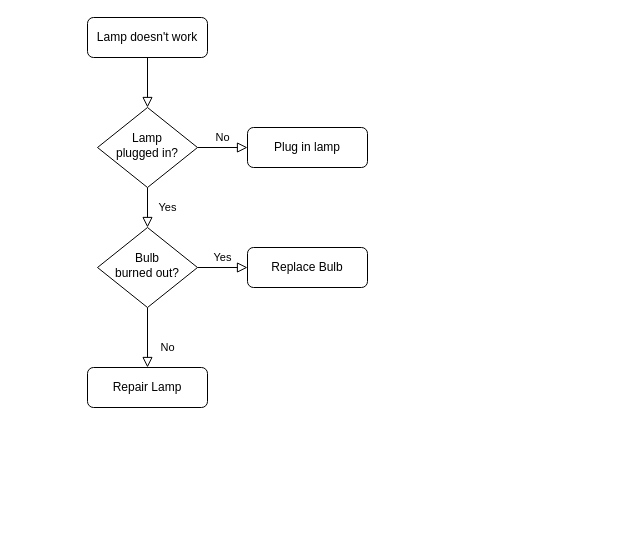
Above: src/Untitled Diagram.drawio in MoshikZiyoni/shopping-react (draw.io), before the change. Source tidied: cells renumbered, new cells numbered last; positions are measured from the earlier drawing's top-left corner, leaving out a move shared by most shapes. Both pictures are drawn from the tidied source at 100%, with x=0, y=0 at pixel (87, 17).
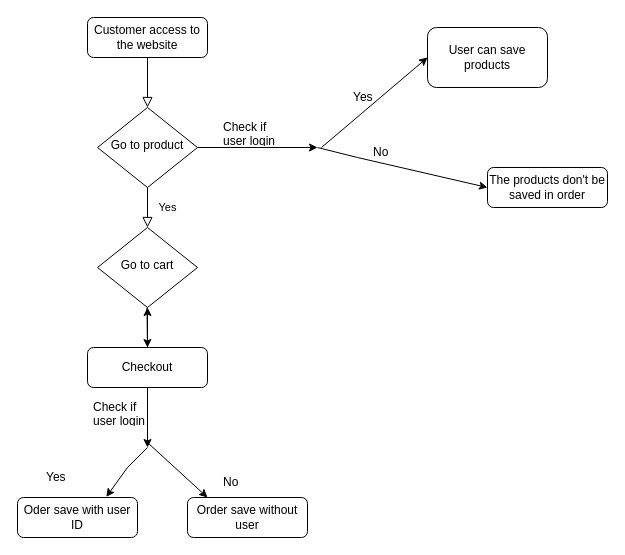
The same page after the edit.

What changed in the source:
```diff
@@
-    <mxCell id="3" value="Lamp doesn't work" style="rounded=1;whiteSpace=wrap;html=1;fontSize=12;glass=0;strokeWidth=1;shadow=0;" parent="1" vertex="1">
+    <mxCell id="3" value="Customer access to the website" style="rounded=1;whiteSpace=wrap;html=1;fontSize=12;glass=0;strokeWidth=1;shadow=0;" parent="1" vertex="1">
       <mxGeometry width="120" height="40" as="geometry" />
     </mxCell>
@@
-    <mxCell id="5" value="No" style="edgeStyle=orthogonalEdgeStyle;rounded=0;html=1;jettySize=auto;fontSize=11;endArrow=block;endFill=0;endSize=8;strokeWidth=1;shadow=0;labelBackgroundColor=none;" parent="1" edge="1" source="6" target="7">
-      <mxGeometry y="10" relative="1" as="geometry" />
-    </mxCell>
+    <mxCell id="13" style="edgeStyle=orthogonalEdgeStyle;rounded=0;jettySize=auto;html=1;exitX=1;exitY=0.5;exitDx=0;exitDy=0;" parent="1" edge="1" source="6">
+      <mxGeometry relative="1" as="geometry">
+        <mxPoint x="230" y="130" as="targetPoint" />
+      </mxGeometry>
+    </mxCell>
-    <mxCell id="6" value="Lamp&lt;br&gt;plugged in?" style="rhombus;whiteSpace=wrap;html=1;shadow=0;fontFamily=Helvetica;fontSize=12;align=center;strokeWidth=1;spacing=6;spacingTop=-4;" parent="1" vertex="1">
+    <mxCell id="6" value="Go to product" style="rhombus;whiteSpace=wrap;html=1;shadow=0;fontFamily=Helvetica;fontSize=12;align=center;strokeWidth=1;spacing=6;spacingTop=-4;" parent="1" vertex="1">
       <mxGeometry x="10" y="90" width="100" height="80" as="geometry" />
     </mxCell>
-    <mxCell id="7" value="Plug in lamp" style="rounded=1;whiteSpace=wrap;html=1;fontSize=12;glass=0;strokeWidth=1;shadow=0;" parent="1" vertex="1">
-      <mxGeometry x="160" y="110" width="120" height="40" as="geometry" />
+    <mxCell id="7" value="The products don't be saved in order" style="rounded=1;whiteSpace=wrap;html=1;fontSize=12;glass=0;strokeWidth=1;shadow=0;" parent="1" vertex="1">
+      <mxGeometry x="400" y="150" width="120" height="40" as="geometry" />
     </mxCell>
-    <mxCell id="8" value="No" style="rounded=0;html=1;jettySize=auto;fontSize=11;endArrow=block;endFill=0;endSize=8;strokeWidth=1;shadow=0;labelBackgroundColor=none;edgeStyle=orthogonalEdgeStyle;" parent="1" edge="1" source="10" target="11">
-      <mxGeometry x="0.33" y="20" relative="1" as="geometry" />
-    </mxCell>
-    <mxCell id="9" value="Yes" style="edgeStyle=orthogonalEdgeStyle;rounded=0;html=1;jettySize=auto;fontSize=11;endArrow=block;endFill=0;endSize=8;strokeWidth=1;shadow=0;labelBackgroundColor=none;" parent="1" edge="1" source="10" target="12">
-      <mxGeometry y="10" relative="1" as="geometry" />
-    </mxCell>
-    <mxCell id="10" value="Bulb&lt;br&gt;burned out?" style="rhombus;whiteSpace=wrap;html=1;shadow=0;fontFamily=Helvetica;fontSize=12;align=center;strokeWidth=1;spacing=6;spacingTop=-4;" parent="1" vertex="1">
+    <mxCell id="10" value="Go to cart" style="rhombus;whiteSpace=wrap;html=1;shadow=0;fontFamily=Helvetica;fontSize=12;align=center;strokeWidth=1;spacing=6;spacingTop=-4;" parent="1" vertex="1">
       <mxGeometry x="10" y="210" width="100" height="80" as="geometry" />
     </mxCell>
-    <mxCell id="11" value="Repair Lamp" style="rounded=1;whiteSpace=wrap;html=1;fontSize=12;glass=0;strokeWidth=1;shadow=0;" parent="1" vertex="1">
-      <mxGeometry y="350" width="120" height="40" as="geometry" />
+    <mxCell id="11" value="Oder save with user ID" style="rounded=1;whiteSpace=wrap;html=1;fontSize=12;glass=0;strokeWidth=1;shadow=0;" parent="1" vertex="1">
+      <mxGeometry x="-70" y="480" width="120" height="40" as="geometry" />
     </mxCell>
+    <mxCell id="14" style="edgeStyle=orthogonalEdgeStyle;rounded=0;jettySize=auto;html=1;" parent="1" edge="1" source="12" target="10">
+      <mxGeometry relative="1" as="geometry" />
+    </mxCell>
-    <mxCell id="12" value="Replace Bulb" style="rounded=1;whiteSpace=wrap;html=1;fontSize=12;glass=0;strokeWidth=1;shadow=0;" parent="1" vertex="1">
-      <mxGeometry x="160" y="230" width="120" height="40" as="geometry" />
+    <mxCell id="12" value="Checkout" style="rounded=1;whiteSpace=wrap;html=1;fontSize=12;glass=0;strokeWidth=1;shadow=0;" parent="1" vertex="1">
+      <mxGeometry y="330" width="120" height="40" as="geometry" />
     </mxCell>
+    <mxCell id="15" value="Check if user login" style="text;strokeColor=none;fillColor=none;align=left;verticalAlign=middle;spacingLeft=4;spacingRight=4;overflow=hidden;whiteSpace=wrap;html=1;" parent="1" vertex="1">
+      <mxGeometry x="130" y="100" width="80" height="30" as="geometry" />
+    </mxCell>
+    <mxCell id="16" style="endArrow=classic;html=1;rounded=0;" parent="1" edge="1">
+      <mxGeometry relative="1" as="geometry">
+        <mxPoint x="234" y="130" as="sourcePoint" />
+        <mxPoint x="340" y="40" as="targetPoint" />
+      </mxGeometry>
+    </mxCell>
+    <mxCell id="17" style="endArrow=classic;html=1;rounded=0;" parent="1" edge="1">
+      <mxGeometry relative="1" as="geometry">
+        <mxPoint x="230" y="130" as="sourcePoint" />
+        <mxPoint x="400" y="170" as="targetPoint" />
+        <Array as="points">
+          <mxPoint x="270" y="140" />
+        </Array>
+      </mxGeometry>
+    </mxCell>
+    <mxCell id="18" value="Yes" style="text;strokeColor=none;fillColor=none;align=left;verticalAlign=middle;spacingLeft=4;spacingRight=4;overflow=hidden;whiteSpace=wrap;html=1;" parent="1" vertex="1">
+      <mxGeometry x="260" y="60" width="74" height="40" as="geometry" />
+    </mxCell>
+    <mxCell id="19" value="No" style="text;strokeColor=none;fillColor=none;align=left;verticalAlign=middle;spacingLeft=4;spacingRight=4;overflow=hidden;whiteSpace=wrap;html=1;" parent="1" vertex="1">
+      <mxGeometry x="280" y="120" width="80" height="30" as="geometry" />
+    </mxCell>
+    <mxCell id="20" value="User can save products" style="rounded=1;whiteSpace=wrap;html=1;" parent="1" vertex="1">
+      <mxGeometry x="340" y="10" width="120" height="60" as="geometry" />
+    </mxCell>
+    <mxCell id="21" value="Check if user login" style="text;strokeColor=none;fillColor=none;align=left;verticalAlign=middle;spacingLeft=4;spacingRight=4;overflow=hidden;whiteSpace=wrap;html=1;" parent="1" vertex="1">
+      <mxGeometry y="380" width="80" height="30" as="geometry" />
+    </mxCell>
+    <mxCell id="22" style="endArrow=classic;html=1;rounded=0;" parent="1" edge="1">
+      <mxGeometry relative="1" as="geometry">
+        <mxPoint x="60" y="370" as="sourcePoint" />
+        <mxPoint x="60" y="430" as="targetPoint" />
+      </mxGeometry>
+    </mxCell>
+    <mxCell id="23" value="Order save without user" style="rounded=1;whiteSpace=wrap;html=1;" parent="1" vertex="1">
+      <mxGeometry x="100" y="480" width="120" height="40" as="geometry" />
+    </mxCell>
+    <mxCell id="24" value="No" style="text;strokeColor=none;fillColor=none;align=left;verticalAlign=middle;spacingLeft=4;spacingRight=4;overflow=hidden;whiteSpace=wrap;html=1;" parent="1" vertex="1">
+      <mxGeometry x="130" y="450" width="80" height="30" as="geometry" />
+    </mxCell>
+    <mxCell id="25" value="Yes" style="text;strokeColor=none;fillColor=none;align=left;verticalAlign=middle;spacingLeft=4;spacingRight=4;overflow=hidden;points=[[0,0.5],[1,0.5]];portConstraint=eastwest;whiteSpace=wrap;html=1;" parent="1" vertex="1">
+      <mxGeometry x="-47" y="440" width="74" height="40" as="geometry" />
+    </mxCell>
+    <mxCell id="26" style="endArrow=classic;html=1;rounded=0;" parent="1" edge="1">
+      <mxGeometry relative="1" as="geometry">
+        <mxPoint x="60" y="425" as="sourcePoint" />
+        <mxPoint x="120" y="480" as="targetPoint" />
+      </mxGeometry>
+    </mxCell>
+    <mxCell id="27" style="endArrow=classic;html=1;rounded=0;entryX=0.889;entryY=0.985;entryDx=0;entryDy=0;entryPerimeter=0;" parent="1" edge="1" target="25">
+      <mxGeometry relative="1" as="geometry">
+        <mxPoint x="60" y="430" as="sourcePoint" />
+        <Array as="points">
+          <mxPoint x="40" y="450" />
+        </Array>
+      </mxGeometry>
+    </mxCell>
+    <mxCell id="28" style="endArrow=classic;html=1;rounded=0;" parent="1" edge="1">
+      <mxGeometry relative="1" as="geometry">
+        <mxPoint x="59.5" y="290" as="sourcePoint" />
+        <mxPoint x="60" y="330" as="targetPoint" />
+      </mxGeometry>
+    </mxCell>
```
